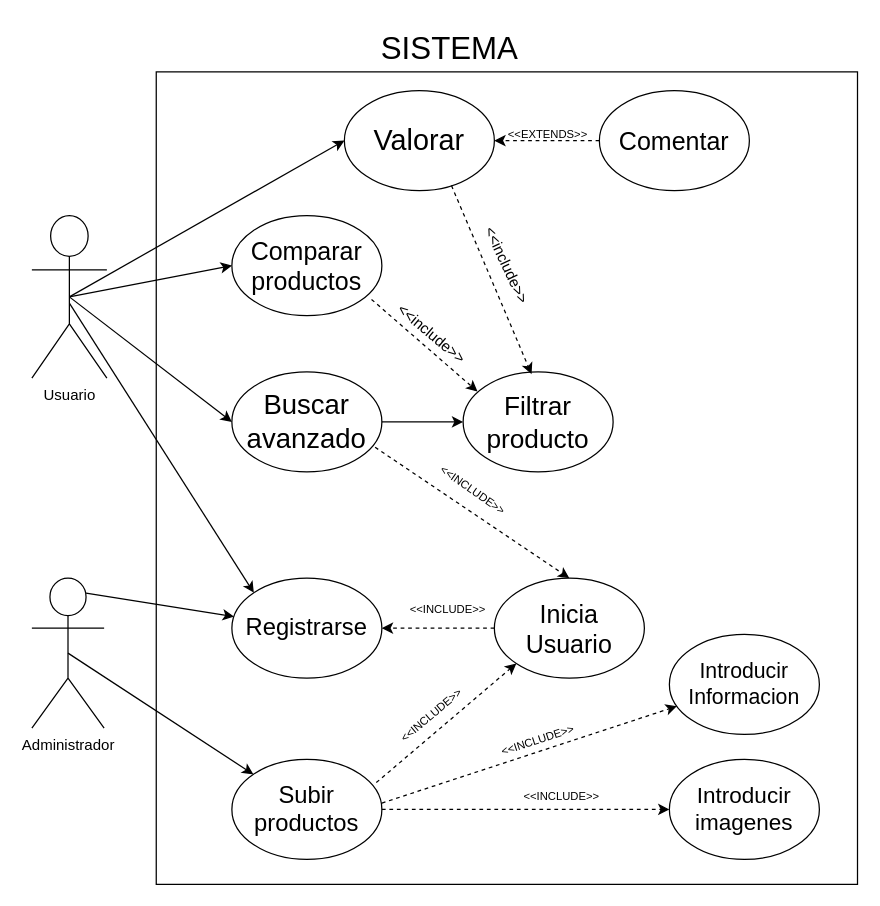
guillerman2001/draw keeps this draw.io diagram as proyectoComparador1.drawio. Above is the earlier version. Source tidied: cells renumbered, new cells numbered last; positions are measured from the earlier drawing's top-left corner, leaving out a move shared by most shapes. Both pictures are drawn from the tidied source at 125%, with x=0, y=0 at pixel (31, 21).
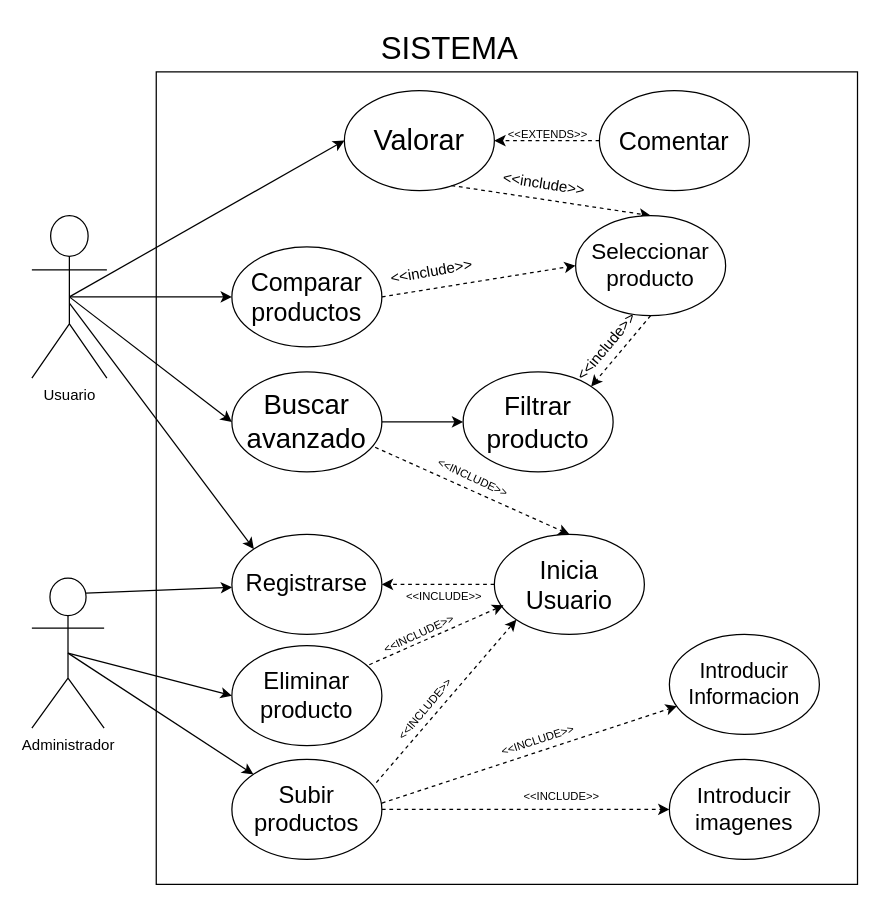
After the change.

Unchanged cells that the change refers to:
```xml
<mxCell id="4" value="Administrador" style="shape=umlActor;verticalLabelPosition=bottom;verticalAlign=top;html=1;outlineConnect=0;" parent="1" vertex="1">
  <mxGeometry y="445" width="57.8" height="120" as="geometry" />
</mxCell>
<mxCell id="9" value="Filtrar producto" style="ellipse;whiteSpace=wrap;html=1;fontSize=21;" parent="1" vertex="1">
  <mxGeometry x="345" y="280" width="120" height="80" as="geometry" />
</mxCell>
<mxCell id="13" value="Valorar" style="ellipse;whiteSpace=wrap;html=1;fontSize=23;" parent="1" vertex="1">
  <mxGeometry x="250" y="55" width="120" height="80" as="geometry" />
</mxCell>
```

What changed in the source:
```diff
@@
     <mxCell id="6" value="Registrarse" style="ellipse;whiteSpace=wrap;html=1;fontSize=19;" parent="1" vertex="1">
-      <mxGeometry x="160" y="445" width="120" height="80" as="geometry" />
+      <mxGeometry x="160" y="410" width="120" height="80" as="geometry" />
     </mxCell>
@@
     <mxCell id="8" value="Comparar productos" style="ellipse;whiteSpace=wrap;html=1;fontSize=20;" parent="1" vertex="1">
-      <mxGeometry x="160" y="155" width="120" height="80" as="geometry" />
+      <mxGeometry x="160" y="180" width="120" height="80" as="geometry" />
     </mxCell>
@@
-    <mxCell id="17" value="&amp;lt;&amp;lt;INCLUDE&amp;gt;&amp;gt;" style="text;html=1;align=center;verticalAlign=middle;whiteSpace=wrap;rounded=0;fontSize=9;rotation=-40;" parent="1" vertex="1">
-      <mxGeometry x="290" y="540" width="60" height="30" as="geometry" />
+    <mxCell id="17" value="&amp;lt;&amp;lt;INCLUDE&amp;gt;&amp;gt;" style="text;html=1;align=center;verticalAlign=middle;whiteSpace=wrap;rounded=0;fontSize=9;rotation=-50;" parent="1" vertex="1">
+      <mxGeometry x="285" y="535" width="60" height="30" as="geometry" />
     </mxCell>
@@
-    <mxCell id="19" value="&amp;lt;&amp;lt;INCLUDE&amp;gt;&amp;gt;" style="text;html=1;align=center;verticalAlign=middle;whiteSpace=wrap;rounded=0;fontSize=9;rotation=35;" parent="1" vertex="1">
-      <mxGeometry x="323" y="360" width="60" height="30" as="geometry" />
+    <mxCell id="19" value="&amp;lt;&amp;lt;INCLUDE&amp;gt;&amp;gt;" style="text;html=1;align=center;verticalAlign=middle;whiteSpace=wrap;rounded=0;fontSize=9;rotation=25;" parent="1" vertex="1">
+      <mxGeometry x="323" y="350" width="60" height="30" as="geometry" />
     </mxCell>
@@
-    <mxCell id="22" value="&amp;lt;&amp;lt;include&amp;gt;&amp;gt;" style="text;html=1;align=center;verticalAlign=middle;whiteSpace=wrap;rounded=0;fontSize=12;rotation=40;" parent="1" vertex="1">
-      <mxGeometry x="290" y="235" width="60" height="30" as="geometry" />
+    <mxCell id="22" value="&amp;lt;&amp;lt;include&amp;gt;&amp;gt;" style="text;html=1;align=center;verticalAlign=middle;whiteSpace=wrap;rounded=0;fontSize=12;rotation=-50;" parent="1" vertex="1">
+      <mxGeometry x="430" y="245" width="60" height="30" as="geometry" />
     </mxCell>
-    <mxCell id="23" style="endArrow=classic;html=1;rounded=0;exitX=0.931;exitY=0.838;exitDx=0;exitDy=0;dashed=1;entryX=0.096;entryY=0.197;entryDx=0;entryDy=0;exitPerimeter=0;entryPerimeter=0;" parent="1" edge="1" source="8" target="9">
+    <mxCell id="23" style="endArrow=classic;html=1;rounded=0;exitX=0.5;exitY=1;exitDx=0;exitDy=0;dashed=1;entryX=1;entryY=0;entryDx=0;entryDy=0;" parent="1" edge="1" source="43" target="9">
       <mxGeometry relative="1" as="geometry" />
     </mxCell>
@@
-    <mxCell id="26" style="endArrow=classic;html=1;rounded=0;exitX=0.714;exitY=0.949;exitDx=0;exitDy=0;entryX=0.456;entryY=0.023;entryDx=0;entryDy=0;dashed=1;entryPerimeter=0;exitPerimeter=0;" parent="1" edge="1" source="13" target="9">
+    <mxCell id="26" style="endArrow=classic;html=1;rounded=0;exitX=0.714;exitY=0.949;exitDx=0;exitDy=0;entryX=0.5;entryY=0;entryDx=0;entryDy=0;dashed=1;exitPerimeter=0;" parent="1" edge="1" source="13" target="43">
       <mxGeometry relative="1" as="geometry" />
     </mxCell>
@@
     <mxCell id="28" value="Inicia Usuario" style="ellipse;whiteSpace=wrap;html=1;fontSize=20;" parent="1" vertex="1">
-      <mxGeometry x="370" y="445" width="120" height="80" as="geometry" />
+      <mxGeometry x="370" y="410" width="120" height="80" as="geometry" />
     </mxCell>
@@
     <mxCell id="31" value="&amp;lt;&amp;lt;INCLUDE&amp;gt;&amp;gt;" style="text;html=1;align=center;verticalAlign=middle;whiteSpace=wrap;rounded=0;fontSize=9;rotation=0;" parent="1" vertex="1">
-      <mxGeometry x="303" y="455" width="60" height="30" as="geometry" />
+      <mxGeometry x="300" y="445" width="60" height="30" as="geometry" />
     </mxCell>
-    <mxCell id="32" value="&amp;lt;&amp;lt;include&amp;gt;&amp;gt;" style="text;html=1;align=center;verticalAlign=middle;whiteSpace=wrap;rounded=0;fontSize=12;rotation=65;" parent="1" vertex="1">
-      <mxGeometry x="350" y="180" width="60" height="30" as="geometry" />
+    <mxCell id="32" value="&amp;lt;&amp;lt;include&amp;gt;&amp;gt;" style="text;html=1;align=center;verticalAlign=middle;whiteSpace=wrap;rounded=0;fontSize=12;rotation=9;" parent="1" vertex="1">
+      <mxGeometry x="380" y="115" width="60" height="30" as="geometry" />
     </mxCell>
@@
+    <mxCell id="39" value="Eliminar producto" style="ellipse;whiteSpace=wrap;html=1;fontSize=19;" parent="1" vertex="1">
+      <mxGeometry x="160" y="499" width="120" height="80" as="geometry" />
+    </mxCell>
+    <mxCell id="40" style="endArrow=classic;html=1;rounded=0;exitX=0.5;exitY=0.5;exitDx=0;exitDy=0;exitPerimeter=0;entryX=0;entryY=0.5;entryDx=0;entryDy=0;" parent="1" edge="1" source="4" target="39">
+      <mxGeometry relative="1" as="geometry" />
+    </mxCell>
+    <mxCell id="41" style="endArrow=classic;html=1;rounded=0;entryX=0.061;entryY=0.71;entryDx=0;entryDy=0;entryPerimeter=0;exitX=0.916;exitY=0.191;exitDx=0;exitDy=0;exitPerimeter=0;dashed=1;" parent="1" edge="1" source="39" target="28">
+      <mxGeometry relative="1" as="geometry" />
+    </mxCell>
+    <mxCell id="42" value="&amp;lt;&amp;lt;INCLUDE&amp;gt;&amp;gt;" style="text;html=1;align=center;verticalAlign=middle;whiteSpace=wrap;rounded=0;fontSize=9;rotation=-25;" parent="1" vertex="1">
+      <mxGeometry x="280" y="475" width="60" height="30" as="geometry" />
+    </mxCell>
+    <mxCell id="43" value="Seleccionar producto" style="ellipse;whiteSpace=wrap;html=1;fontSize=18;" parent="1" vertex="1">
+      <mxGeometry x="435" y="155" width="120" height="80" as="geometry" />
+    </mxCell>
+    <mxCell id="44" style="endArrow=classic;html=1;rounded=0;exitX=1;exitY=0.5;exitDx=0;exitDy=0;entryX=0;entryY=0.5;entryDx=0;entryDy=0;dashed=1;" parent="1" edge="1" source="8" target="43">
+      <mxGeometry relative="1" as="geometry" />
+    </mxCell>
+    <mxCell id="45" value="&amp;lt;&amp;lt;include&amp;gt;&amp;gt;" style="text;html=1;align=center;verticalAlign=middle;whiteSpace=wrap;rounded=0;fontSize=12;rotation=-10;" parent="1" vertex="1">
+      <mxGeometry x="290" y="185" width="60" height="30" as="geometry" />
+    </mxCell>
```
